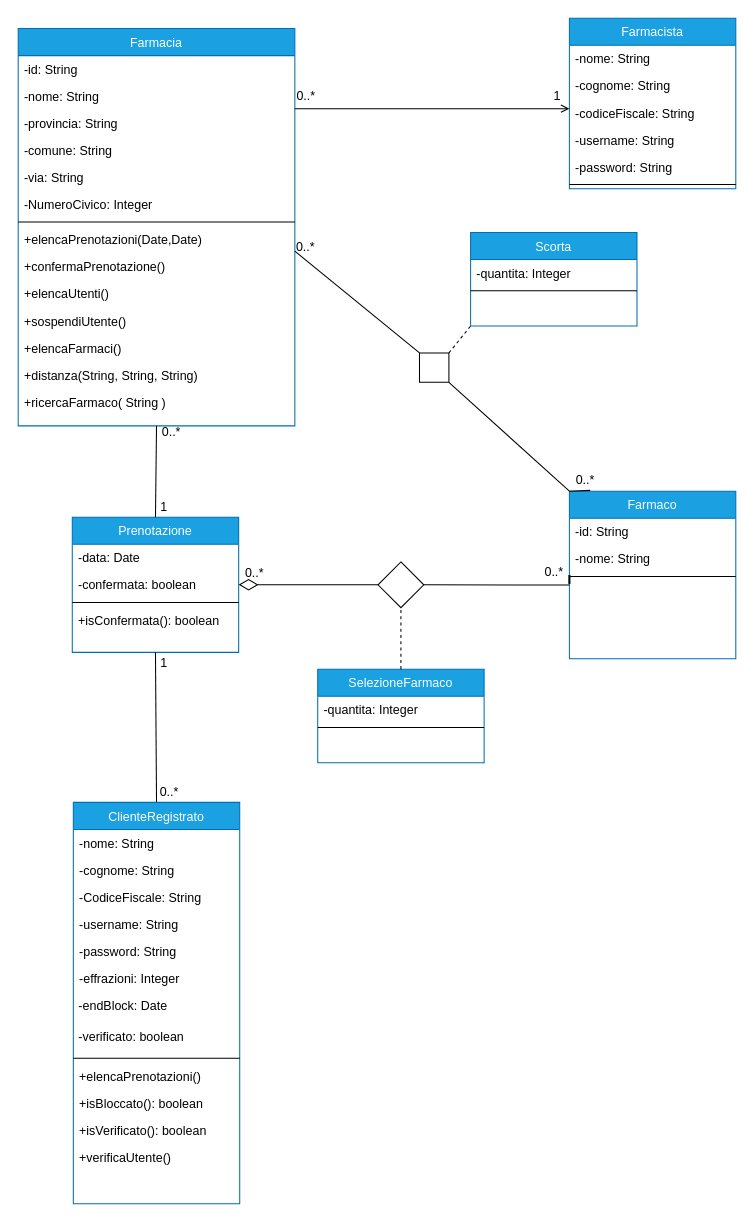
Above: drawio/ModelloDominio.drawio in lnwor/farmabyte-doc (draw.io), before the change. Source tidied: cells renumbered, new cells numbered last; positions are measured from the earlier drawing's top-left corner, leaving out a move shared by most shapes. Both pictures are drawn from the tidied source at 104%, with x=0, y=0 at pixel (18, 18).
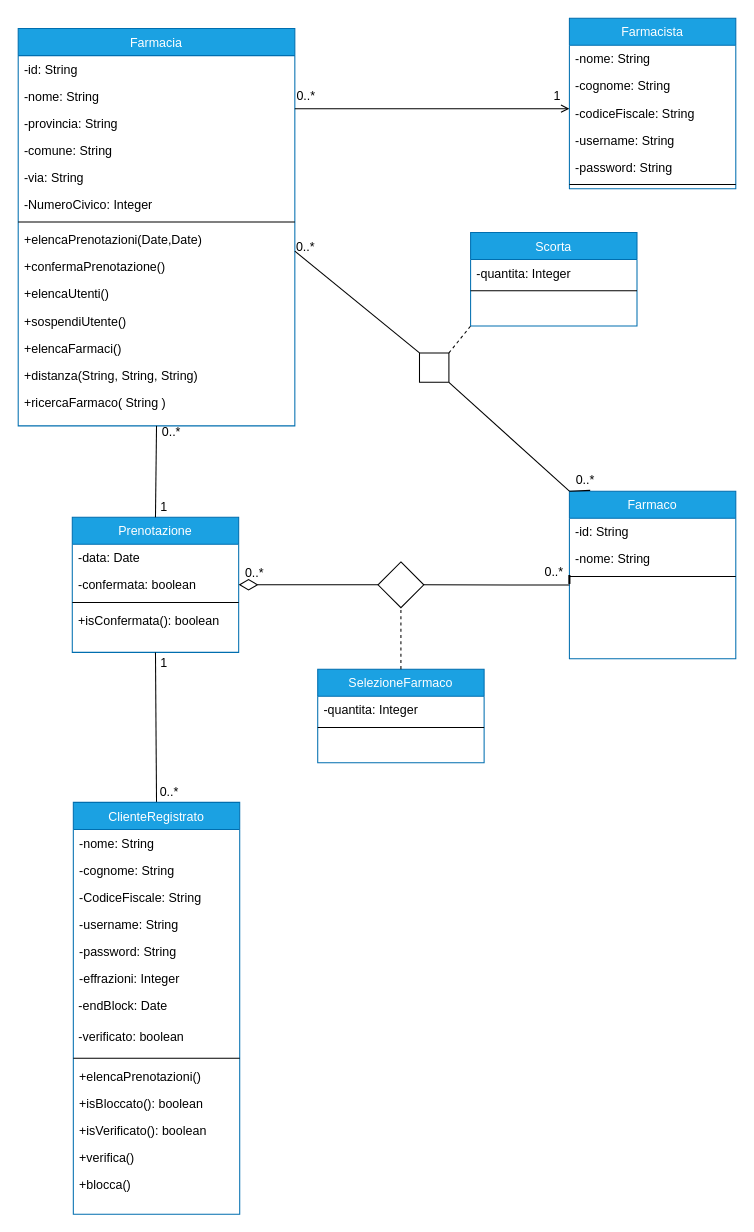
The same diagram, later.

Commit message (it also covers changes not shown here):
aggiunto diagramma seq. SospensioneUtenza

Diff of the diagram source:
```diff
@@
     <mxCell id="46" value="ClienteRegistrato" style="swimlane;fontStyle=0;align=center;verticalAlign=top;horizontal=1;startSize=26;rounded=0;shadow=0;strokeWidth=1;fillColor=#1ba1e2;strokeColor=#006EAF;fontColor=#ffffff;" parent="1" vertex="1">
-      <mxGeometry x="53" y="754" width="160" height="386" as="geometry" />
+      <mxGeometry x="53" y="754" width="160" height="396" as="geometry" />
     </mxCell>
@@
-    <mxCell id="59" value="+verificaUtente()" style="text;align=left;verticalAlign=top;spacingLeft=4;spacingRight=4;overflow=hidden;" parent="46" vertex="1">
+    <mxCell id="59" value="+verifica()" style="text;align=left;verticalAlign=top;spacingLeft=4;spacingRight=4;overflow=hidden;" parent="46" vertex="1">
       <mxGeometry y="328" width="160" height="26" as="geometry" />
     </mxCell>
+    <mxCell id="76" value="+blocca()" style="text;align=left;verticalAlign=top;spacingLeft=4;spacingRight=4;overflow=hidden;" parent="46" vertex="1">
+      <mxGeometry y="354" width="160" height="26" as="geometry" />
+    </mxCell>
```
